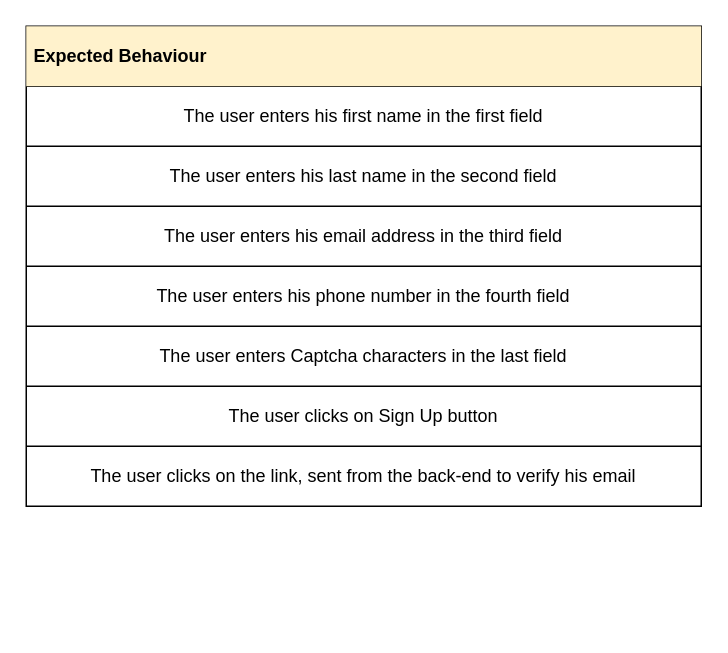
This is threatmodeling/expected-behaviour.drawio from rubyman/articles, a draw.io file, before an edit. Source tidied: cells renumbered, new cells numbered last; positions are measured from the earlier drawing's top-left corner, leaving out a move shared by most shapes. Both pictures are drawn from the tidied source at 150%, with x=0, y=0 at pixel (26, 26).
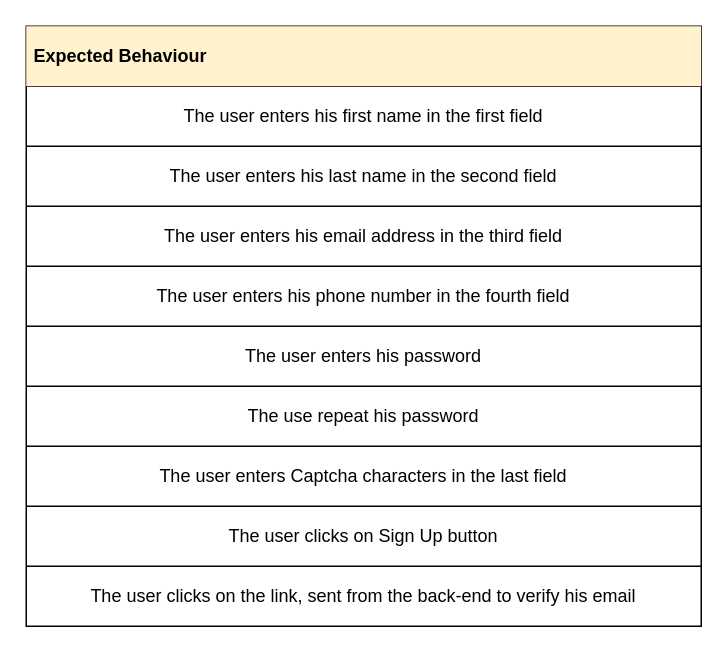
The same page after the edit.

What changed in the source:
```diff
@@
     <mxCell id="2" style="shape=table;html=1;whiteSpace=wrap;startSize=0;childLayout=tableLayout;swimlaneFillColor=none;align=left;" parent="1" vertex="1">
-      <mxGeometry width="450" height="320" as="geometry" />
+      <mxGeometry width="450" height="400" as="geometry" />
     </mxCell>
@@
+    <mxCell id="19" style="shape=partialRectangle;html=1;whiteSpace=wrap;fillColor=none;top=0;left=0;bottom=0;right=0;" parent="2" vertex="1">
+      <mxGeometry y="200" width="450" height="40" as="geometry" />
+    </mxCell>
+    <mxCell id="20" value="The user enters his password" style="shape=partialRectangle;html=1;whiteSpace=wrap;overflow=hidden;fillColor=none;top=0;left=0;bottom=0;right=0;" parent="19" vertex="1">
+      <mxGeometry width="450" height="40" as="geometry" />
+    </mxCell>
+    <mxCell id="21" style="shape=partialRectangle;html=1;whiteSpace=wrap;fillColor=none;top=0;left=0;bottom=0;right=0;" parent="2" vertex="1">
+      <mxGeometry y="240" width="450" height="40" as="geometry" />
+    </mxCell>
+    <mxCell id="22" value="The use repeat his password" style="shape=partialRectangle;html=1;whiteSpace=wrap;overflow=hidden;fillColor=none;top=0;left=0;bottom=0;right=0;" parent="21" vertex="1">
+      <mxGeometry width="450" height="40" as="geometry" />
+    </mxCell>
     <mxCell id="13" style="shape=partialRectangle;html=1;whiteSpace=wrap;fillColor=none;top=0;left=0;bottom=0;right=0;" parent="2" vertex="1">
-      <mxGeometry y="200" width="450" height="40" as="geometry" />
+      <mxGeometry y="280" width="450" height="40" as="geometry" />
     </mxCell>
@@
     <mxCell id="15" style="shape=partialRectangle;html=1;whiteSpace=wrap;fillColor=none;top=0;left=0;bottom=0;right=0;" parent="2" vertex="1">
-      <mxGeometry y="240" width="450" height="40" as="geometry" />
+      <mxGeometry y="320" width="450" height="40" as="geometry" />
     </mxCell>
@@
     <mxCell id="17" style="shape=partialRectangle;html=1;whiteSpace=wrap;fillColor=none;top=0;left=0;bottom=0;right=0;" parent="2" vertex="1">
-      <mxGeometry y="280" width="450" height="40" as="geometry" />
+      <mxGeometry y="360" width="450" height="40" as="geometry" />
     </mxCell>
```
